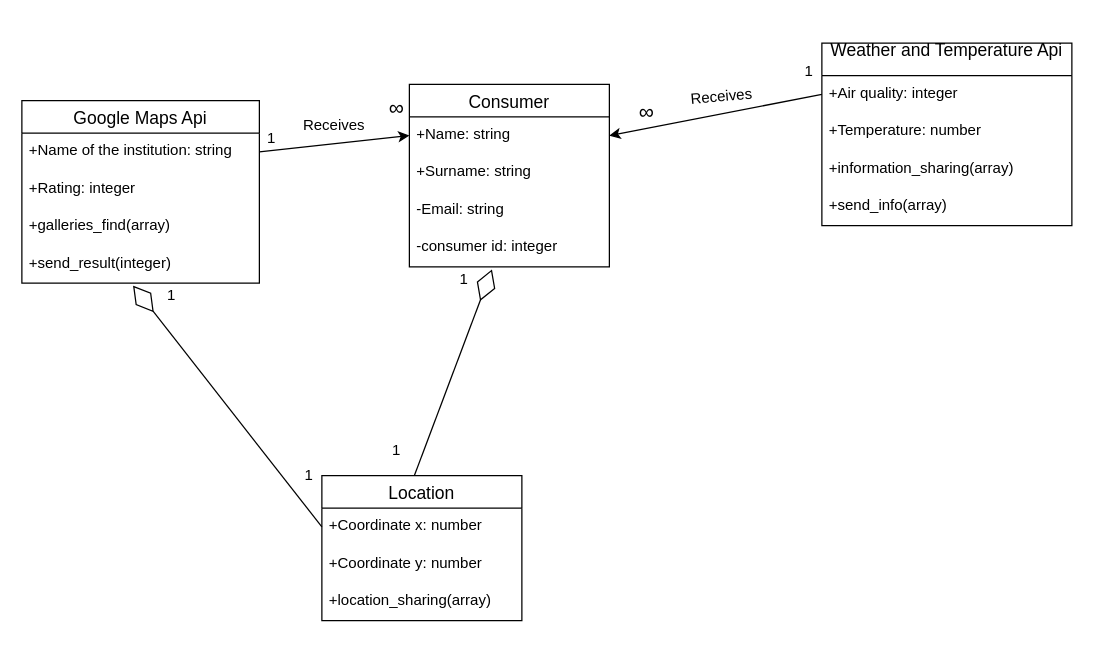
Earlier version of the draw.io diagram 2-SoftwareDesign/2.5-UMLProgramClasses/UMLProgramClasses.drawio (oleksandrblazhko/ai204-maksimenko). Source tidied: cells renumbered, new cells numbered last; positions are measured from the earlier drawing's top-left corner, leaving out a move shared by most shapes. Both pictures are drawn from the tidied source at 125%, with x=0, y=0 at pixel (21, 42).
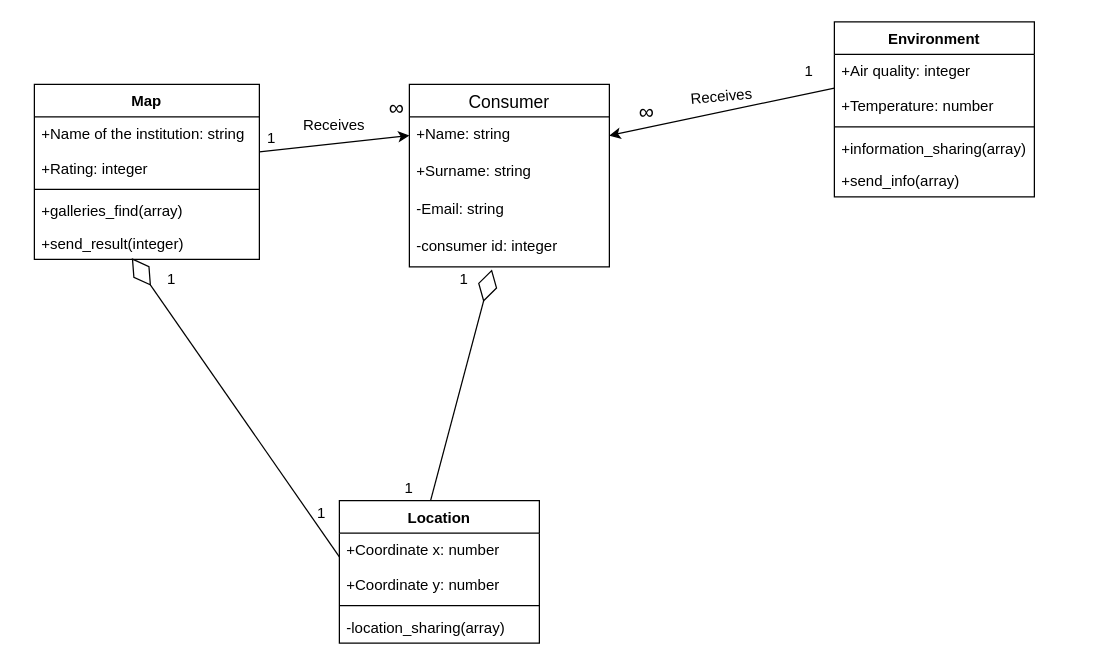
The same page after the edit.

The change refers to these unchanged cells:
```xml
<mxCell id="26" value="+Name: string" style="text;strokeColor=none;fillColor=none;spacingLeft=4;spacingRight=4;overflow=hidden;points=[[0,0.5],[1,0.5]];portConstraint=eastwest;fontSize=12;" parent="25" vertex="1">
  <mxGeometry y="26" width="160" height="30" as="geometry" />
</mxCell>
<mxCell id="29" value="-consumer id: integer" style="text;strokeColor=none;fillColor=none;spacingLeft=4;spacingRight=4;overflow=hidden;points=[[0,0.5],[1,0.5]];portConstraint=eastwest;fontSize=12;" parent="25" vertex="1">
  <mxGeometry y="116" width="160" height="30" as="geometry" />
</mxCell>
```

What changed in the source:
```diff
@@
-    <mxCell id="2" value="Google Maps Api" style="swimlane;fontStyle=0;horizontal=1;startSize=26;align=center;fontSize=14;" parent="1" vertex="1">
-      <mxGeometry y="46" width="190" height="146" as="geometry" />
-    </mxCell>
-    <mxCell id="3" value="+Name of the institution: string" style="text;strokeColor=none;fillColor=none;spacingLeft=4;spacingRight=4;overflow=hidden;points=[[0,0.5],[1,0.5]];portConstraint=eastwest;fontSize=12;" parent="2" vertex="1">
-      <mxGeometry y="26" width="190" height="30" as="geometry" />
-    </mxCell>
-    <mxCell id="4" value="+Rating: integer" style="text;strokeColor=none;fillColor=none;spacingLeft=4;spacingRight=4;overflow=hidden;fontSize=12;" parent="2" vertex="1">
-      <mxGeometry y="56" width="190" height="30" as="geometry" />
-    </mxCell>
-    <mxCell id="5" value="+galleries_find(array)" style="text;strokeColor=none;fillColor=none;spacingLeft=4;spacingRight=4;overflow=hidden;fontSize=12;" parent="2" vertex="1">
-      <mxGeometry y="86" width="190" height="30" as="geometry" />
-    </mxCell>
-    <mxCell id="6" value="+send_result(integer)" style="text;strokeColor=none;fillColor=none;spacingLeft=4;spacingRight=4;overflow=hidden;points=[[0,0.5],[1,0.5]];portConstraint=eastwest;fontSize=12;" parent="2" vertex="1">
-      <mxGeometry y="116" width="190" height="30" as="geometry" />
-    </mxCell>
-    <mxCell id="7" style="endArrow=classic;html=1;exitX=1;exitY=0.5;exitDx=0;exitDy=0;entryX=0;entryY=0.5;entryDx=0;entryDy=0;" parent="1" edge="1" source="3" target="26">
-      <mxGeometry relative="1" as="geometry" />
+    <mxCell id="7" style="endArrow=classic;html=1;exitX=1;exitY=0.5;exitDx=0;exitDy=0;entryX=0;entryY=0.5;entryDx=0;entryDy=0;" parent="1" edge="1" target="26">
+      <mxGeometry relative="1" as="geometry">
+        <mxPoint x="190" y="87" as="sourcePoint" />
+      </mxGeometry>
     </mxCell>
-    <mxCell id="8" style="endArrow=classic;html=1;exitX=0;exitY=0.5;exitDx=0;exitDy=0;entryX=1;entryY=0.5;entryDx=0;entryDy=0;" parent="1" edge="1" source="21" target="26">
+    <mxCell id="8" style="endArrow=classic;html=1;exitX=0;exitY=0.5;exitDx=0;exitDy=0;entryX=1;entryY=0.5;entryDx=0;entryDy=0;" parent="1" edge="1" source="36" target="26">
       <mxGeometry relative="1" as="geometry" />
     </mxCell>
@@
-    <mxCell id="10" style="endArrow=diamondThin;endFill=0;endSize=24;html=1;exitX=0.456;exitY=0.023;exitDx=0;exitDy=0;exitPerimeter=0;entryX=0.413;entryY=1.067;entryDx=0;entryDy=0;entryPerimeter=0;" parent="1" edge="1" source="30" target="29">
+    <mxCell id="10" style="endArrow=diamondThin;endFill=0;endSize=24;html=1;exitX=0.456;exitY=0;exitDx=0;exitDy=0;exitPerimeter=0;entryX=0.413;entryY=1.067;entryDx=0;entryDy=0;entryPerimeter=0;" parent="1" edge="1" source="30" target="29">
       <mxGeometry relative="1" as="geometry" />
     </mxCell>
-    <mxCell id="11" style="endArrow=diamondThin;endFill=0;endSize=24;html=1;exitX=0;exitY=0.5;exitDx=0;exitDy=0;entryX=0.468;entryY=1.067;entryDx=0;entryDy=0;entryPerimeter=0;" parent="1" edge="1" source="31" target="6">
+    <mxCell id="11" style="endArrow=diamondThin;endFill=0;endSize=24;html=1;exitX=0;exitY=0.352;exitDx=0;exitDy=0;entryX=0.433;entryY=0.962;entryDx=0;entryDy=0;entryPerimeter=0;exitPerimeter=0;" parent="1" edge="1" source="41" target="6">
       <mxGeometry relative="1" as="geometry" />
     </mxCell>
@@
     <mxCell id="13" value="1" style="text;html=1;strokeColor=none;fillColor=none;align=center;verticalAlign=middle;whiteSpace=wrap;rounded=0;" parent="1" vertex="1">
-      <mxGeometry x="210" y="336" width="40" height="20" as="geometry" />
+      <mxGeometry x="220" y="366" width="40" height="20" as="geometry" />
     </mxCell>
     <mxCell id="14" value="1" style="text;html=1;strokeColor=none;fillColor=none;align=center;verticalAlign=middle;whiteSpace=wrap;rounded=0;" parent="1" vertex="1">
-      <mxGeometry x="100" y="192" width="40" height="20" as="geometry" />
+      <mxGeometry x="100" y="179" width="40" height="20" as="geometry" />
     </mxCell>
     <mxCell id="15" value="1" style="text;html=1;strokeColor=none;fillColor=none;align=center;verticalAlign=middle;whiteSpace=wrap;rounded=0;" parent="1" vertex="1">
-      <mxGeometry x="280" y="316" width="40" height="20" as="geometry" />
+      <mxGeometry x="290" y="346" width="40" height="20" as="geometry" />
     </mxCell>
@@
-    <mxCell id="20" value="Weather and Temperature Api&#10;" style="swimlane;fontStyle=0;horizontal=1;startSize=26;align=center;fontSize=14;" parent="1" vertex="1">
-      <mxGeometry x="640" width="200" height="146" as="geometry" />
-    </mxCell>
-    <mxCell id="21" value="+Air quality: integer" style="text;strokeColor=none;fillColor=none;spacingLeft=4;spacingRight=4;overflow=hidden;points=[[0,0.5],[1,0.5]];portConstraint=eastwest;fontSize=12;" parent="20" vertex="1">
-      <mxGeometry y="26" width="200" height="30" as="geometry" />
-    </mxCell>
-    <mxCell id="22" value="+Temperature: number" style="text;strokeColor=none;fillColor=none;spacingLeft=4;spacingRight=4;overflow=hidden;fontSize=12;" parent="20" vertex="1">
-      <mxGeometry y="56" width="200" height="30" as="geometry" />
-    </mxCell>
-    <mxCell id="23" value="+information_sharing(array)" style="text;strokeColor=none;fillColor=none;spacingLeft=4;spacingRight=4;overflow=hidden;fontSize=12;" parent="20" vertex="1">
-      <mxGeometry y="86" width="200" height="30" as="geometry" />
-    </mxCell>
-    <mxCell id="24" value="+send_info(array)" style="text;strokeColor=none;fillColor=none;spacingLeft=4;spacingRight=4;overflow=hidden;fontSize=12;" parent="20" vertex="1">
-      <mxGeometry y="116" width="200" height="30" as="geometry" />
-    </mxCell>
@@
+    <mxCell id="34" value="&lt;font style=&quot;font-size: 17px&quot;&gt;∞&lt;/font&gt;" style="text;html=1;strokeColor=none;fillColor=none;align=center;verticalAlign=middle;whiteSpace=wrap;rounded=0;" parent="1" vertex="1">
+      <mxGeometry x="460" y="36" width="80" height="40" as="geometry" />
+    </mxCell>
+    <mxCell id="35" value="Environment" style="swimlane;fontStyle=1;align=center;verticalAlign=top;horizontal=1;startSize=26;" parent="1" vertex="1">
+      <mxGeometry x="650" y="-17" width="160" height="140" as="geometry" />
+    </mxCell>
+    <mxCell id="36" value="+Air quality: integer&#10;&#10;+Temperature: number&#10;" style="text;strokeColor=none;fillColor=none;align=left;verticalAlign=top;spacingLeft=4;spacingRight=4;overflow=hidden;points=[[0,0.5],[1,0.5]];portConstraint=eastwest;" parent="35" vertex="1">
+      <mxGeometry y="26" width="160" height="54" as="geometry" />
+    </mxCell>
+    <mxCell id="37" style="line;strokeWidth=1;fillColor=none;align=left;verticalAlign=middle;spacingTop=-1;spacingLeft=3;spacingRight=3;labelPosition=right;" parent="35" vertex="1">
+      <mxGeometry y="80" width="160" height="8" as="geometry" />
+    </mxCell>
+    <mxCell id="23" value="+information_sharing(array)" style="text;strokeColor=none;fillColor=none;align=left;verticalAlign=top;spacingLeft=4;spacingRight=4;overflow=hidden;" parent="35" vertex="1">
+      <mxGeometry y="88" width="160" height="26" as="geometry" />
+    </mxCell>
+    <mxCell id="24" value="+send_info(array)" style="text;strokeColor=none;fillColor=none;align=left;verticalAlign=top;spacingLeft=4;spacingRight=4;overflow=hidden;" parent="35" vertex="1">
+      <mxGeometry y="114" width="160" height="26" as="geometry" />
+    </mxCell>
+    <mxCell id="38" value="Map" style="swimlane;fontStyle=1;align=center;verticalAlign=top;horizontal=1;startSize=26;" parent="1" vertex="1">
+      <mxGeometry x="10" y="33" width="180" height="140" as="geometry" />
+    </mxCell>
+    <mxCell id="39" value="+Name of the institution: string&#10;&#10;+Rating: integer" style="text;strokeColor=none;fillColor=none;align=left;verticalAlign=top;spacingLeft=4;spacingRight=4;overflow=hidden;" parent="38" vertex="1">
+      <mxGeometry y="26" width="180" height="54" as="geometry" />
+    </mxCell>
+    <mxCell id="40" style="line;strokeWidth=1;fillColor=none;align=left;verticalAlign=middle;spacingTop=-1;spacingLeft=3;spacingRight=3;labelPosition=right;" parent="38" vertex="1">
+      <mxGeometry y="80" width="180" height="8" as="geometry" />
+    </mxCell>
+    <mxCell id="5" value="+galleries_find(array)" style="text;strokeColor=none;fillColor=none;align=left;verticalAlign=top;spacingLeft=4;spacingRight=4;overflow=hidden;" parent="38" vertex="1">
+      <mxGeometry y="88" width="180" height="26" as="geometry" />
+    </mxCell>
+    <mxCell id="6" value="+send_result(integer)" style="text;strokeColor=none;fillColor=none;align=left;verticalAlign=top;spacingLeft=4;spacingRight=4;overflow=hidden;points=[[0,0.5],[1,0.5]];portConstraint=eastwest;" parent="38" vertex="1">
+      <mxGeometry y="114" width="180" height="26" as="geometry" />
+    </mxCell>
-    <mxCell id="30" value="Location" style="swimlane;fontStyle=0;horizontal=1;startSize=26;align=center;fontSize=14;" parent="1" vertex="1">
-      <mxGeometry x="240" y="346" width="160" height="116" as="geometry" />
+    <mxCell id="30" value="Location" style="swimlane;fontStyle=1;align=center;verticalAlign=top;horizontal=1;startSize=26;" parent="1" vertex="1">
+      <mxGeometry x="254" y="366" width="160" height="114" as="geometry" />
     </mxCell>
-    <mxCell id="31" value="+Coordinate x: number" style="text;strokeColor=none;fillColor=none;spacingLeft=4;spacingRight=4;overflow=hidden;points=[[0,0.5],[1,0.5]];portConstraint=eastwest;fontSize=12;" parent="30" vertex="1">
-      <mxGeometry y="26" width="160" height="30" as="geometry" />
-    </mxCell>
-    <mxCell id="32" value="+Coordinate y: number" style="text;strokeColor=none;fillColor=none;spacingLeft=4;spacingRight=4;overflow=hidden;fontSize=12;" parent="30" vertex="1">
-      <mxGeometry y="56" width="160" height="30" as="geometry" />
-    </mxCell>
-    <mxCell id="33" value="+location_sharing(array)" style="text;strokeColor=none;fillColor=none;spacingLeft=4;spacingRight=4;overflow=hidden;fontSize=12;" parent="30" vertex="1">
-      <mxGeometry y="86" width="160" height="30" as="geometry" />
-    </mxCell>
-    <mxCell id="34" value="&lt;font style=&quot;font-size: 17px&quot;&gt;∞&lt;/font&gt;" style="text;html=1;strokeColor=none;fillColor=none;align=center;verticalAlign=middle;whiteSpace=wrap;rounded=0;" parent="1" vertex="1">
-      <mxGeometry x="460" y="36" width="80" height="40" as="geometry" />
-    </mxCell>
+    <mxCell id="41" value="+Coordinate x: number&#10;&#10;+Coordinate y: number" style="text;strokeColor=none;fillColor=none;align=left;verticalAlign=top;spacingLeft=4;spacingRight=4;overflow=hidden;points=[[0,0.5],[1,0.5]];portConstraint=eastwest;" parent="30" vertex="1">
+      <mxGeometry y="26" width="160" height="54" as="geometry" />
+    </mxCell>
+    <mxCell id="42" style="line;strokeWidth=1;fillColor=none;align=left;verticalAlign=middle;spacingTop=-1;spacingLeft=3;spacingRight=3;labelPosition=right;" parent="30" vertex="1">
+      <mxGeometry y="80" width="160" height="8" as="geometry" />
+    </mxCell>
+    <mxCell id="43" value="-location_sharing(array)" style="text;strokeColor=none;fillColor=none;align=left;verticalAlign=top;spacingLeft=4;spacingRight=4;overflow=hidden;" parent="30" vertex="1">
+      <mxGeometry y="88" width="160" height="26" as="geometry" />
+    </mxCell>
```
